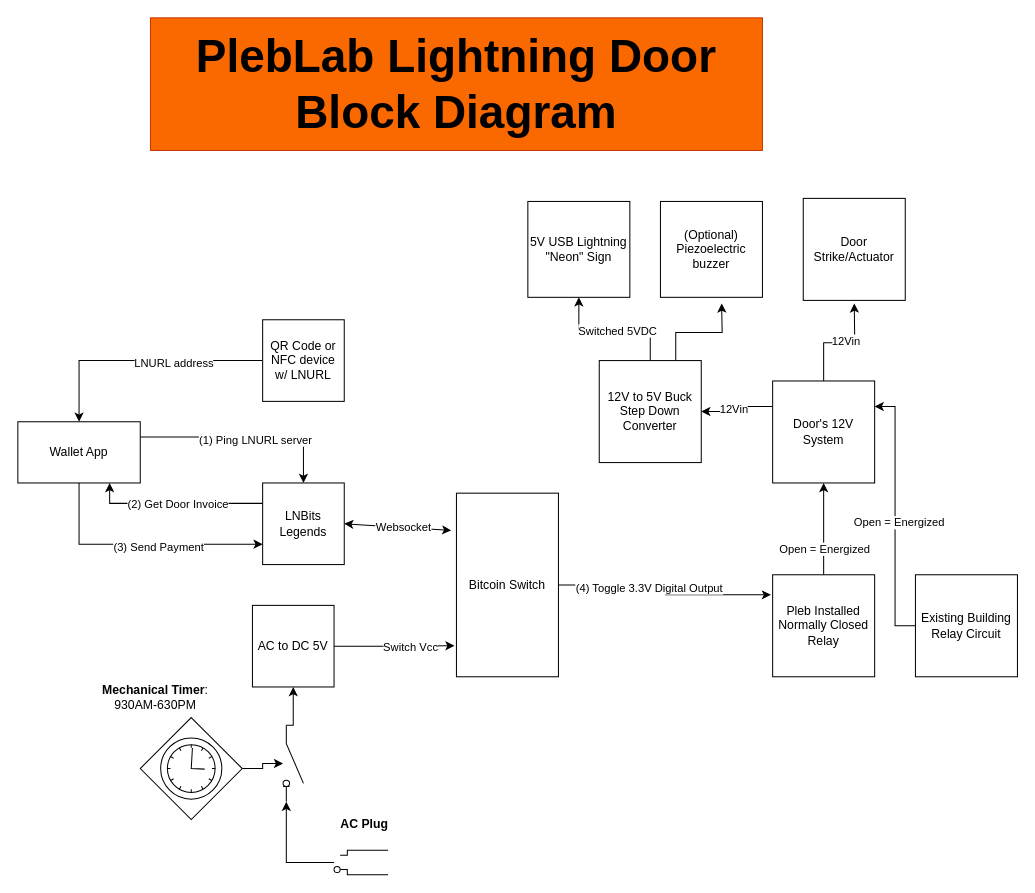
Above: Untitled Diagram.drawio in uncleJim21/PlebLabATXLightningDoor (draw.io), before the change. Source tidied: cells renumbered, new cells numbered last; positions are measured from the earlier drawing's top-left corner, leaving out a move shared by most shapes. Both pictures are drawn from the tidied source at 102%, with x=0, y=0 at pixel (17, 17). Pictures stored in the file or linked from it are replaced by grey dashed boxes.
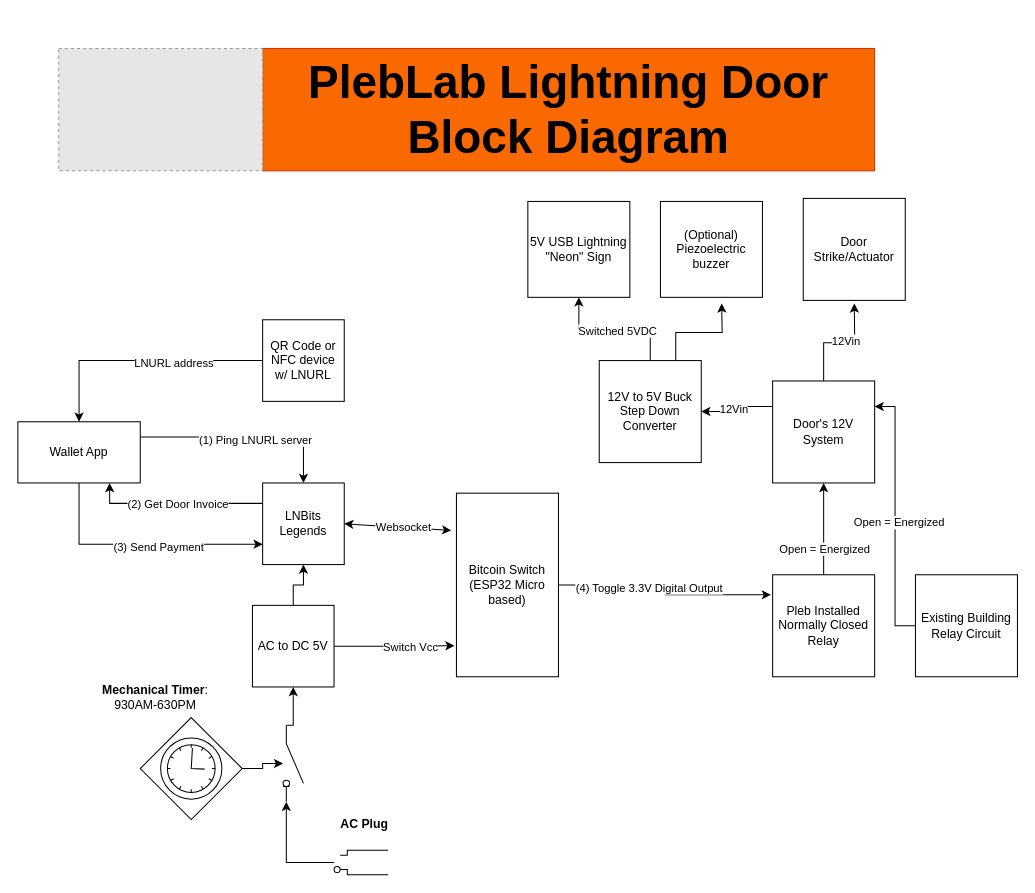
Above is the later version.

The change refers to these unchanged cells:
```xml
<mxCell id="11" value="AC to DC 5V" style="whiteSpace=wrap;html=1;" parent="1" vertex="1">
  <mxGeometry x="230" y="576" width="80" height="80" as="geometry" />
</mxCell>
<mxCell id="18" value="LNBits Legends" style="whiteSpace=wrap;html=1;" parent="1" vertex="1">
  <mxGeometry x="240" y="456" width="80" height="80" as="geometry" />
</mxCell>
```

What changed in the source:
```diff
@@
-    <mxCell id="4" value="Bitcoin Switch" style="rounded=0;whiteSpace=wrap;html=1;" parent="1" vertex="1">
+    <mxCell id="4" value="Bitcoin Switch (ESP32 Micro based)" style="rounded=0;whiteSpace=wrap;html=1;" parent="1" vertex="1">
       <mxGeometry x="430" y="466" width="100" height="180" as="geometry" />
     </mxCell>
@@
+    <mxCell id="48" style="edgeStyle=orthogonalEdgeStyle;rounded=0;jettySize=auto;html=1;exitX=0.5;exitY=0;exitDx=0;exitDy=0;entryX=0.5;entryY=1;entryDx=0;entryDy=0;" parent="1" edge="1" source="11" target="18">
+      <mxGeometry relative="1" as="geometry" />
+    </mxCell>
@@
+    <mxCell id="49" style="group;" parent="1" vertex="1">
+      <mxGeometry x="40" y="30" width="800" height="120" as="geometry" />
+    </mxCell>
-    <mxCell id="47" value="&lt;b style=&quot;font-size: 45px;&quot;&gt;PlebLab Lightning Door Block Diagram&lt;/b&gt;" style="text;html=1;strokeColor=#C73500;fillColor=#fa6800;align=center;verticalAlign=middle;whiteSpace=wrap;rounded=0;fontColor=#000000;fontSize=45;" parent="1" vertex="1">
-      <mxGeometry x="130" width="600" height="130" as="geometry" />
+    <mxCell id="47" value="&lt;b style=&quot;font-size: 45px;&quot;&gt;PlebLab Lightning Door Block Diagram&lt;/b&gt;" style="text;html=1;strokeColor=#C73500;fillColor=#fa6800;align=center;verticalAlign=middle;whiteSpace=wrap;rounded=0;fontColor=#000000;fontSize=45;" parent="49" vertex="1">
+      <mxGeometry x="200" width="600" height="120" as="geometry" />
     </mxCell>
+    <mxCell id="50" style="fillColor=#E6E6E6;strokeColor=#999999;dashed=1;verticalLabelPosition=bottom;labelBackgroundColor=default;verticalAlign=top;" parent="49" vertex="1">
+      <mxGeometry width="200" height="120" as="geometry" />
+    </mxCell>
```
